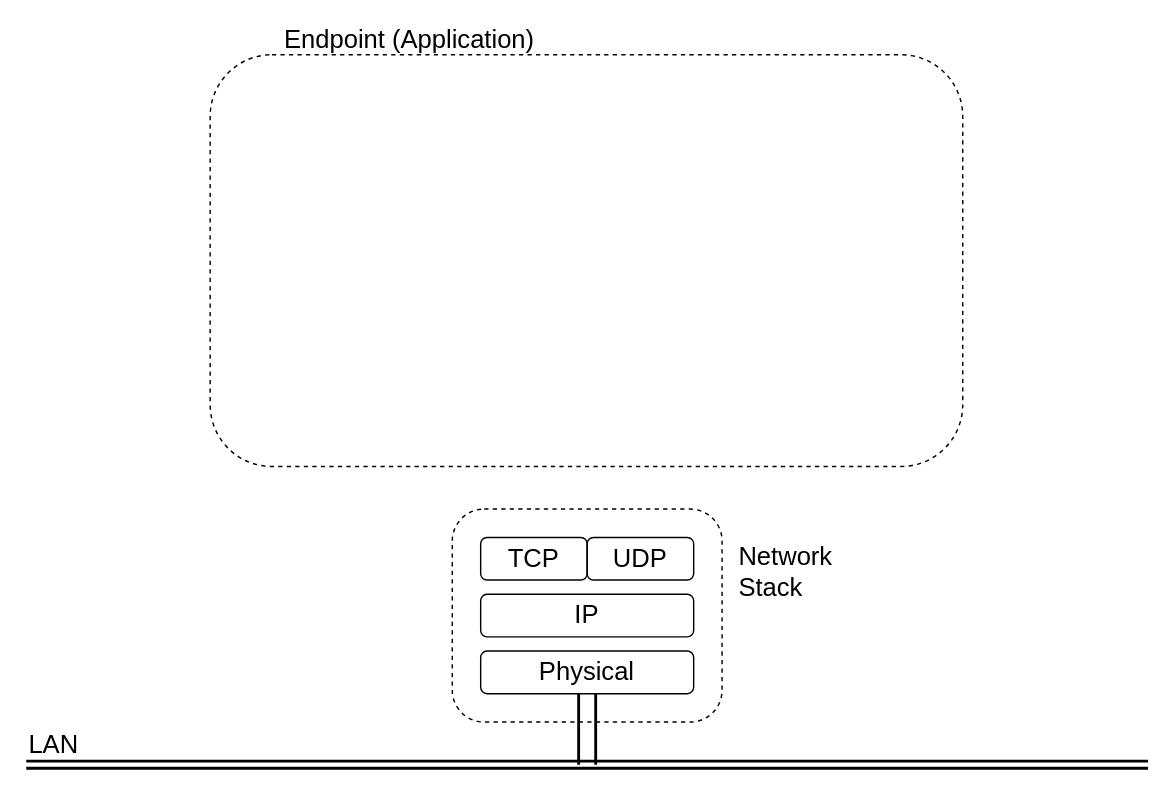
The draw.io diagram page "TCP-Server" (3 of 3) of docs/Endpoint-App-Diagrams.drawio in B3W/Endpoints, before the edit. Source tidied: cells renumbered, new cells numbered last; positions are measured from the earlier drawing's top-left corner, leaving out a move shared by most shapes. Both pictures are drawn from the tidied source at 142%, with x=0, y=0 at pixel (26, 26).
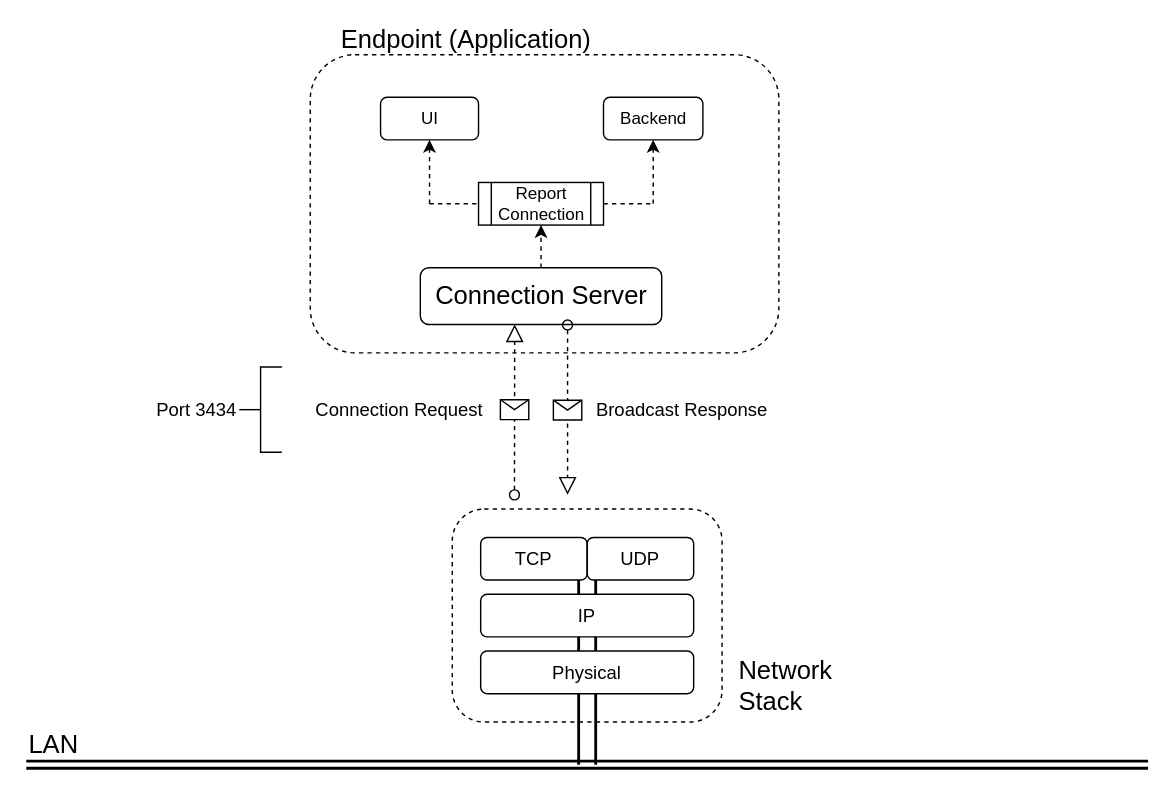
Above is the later version.

Commit message (it also covers changes not shown here):
Simplified connection protocol.

Change to the diagram source:
```diff
@@
-    <mxCell id="2" style="rounded=1;whiteSpace=wrap;html=1;strokeColor=#000000;fillColor=none;fontSize=18;fontColor=#000000;align=left;dashed=1;" parent="1" vertex="1">
-      <mxGeometry x="129.5" y="20" width="530" height="290" as="geometry" />
-    </mxCell>
@@
-    <mxCell id="7" value="Endpoint (Application)" style="text;html=1;strokeColor=none;fillColor=none;align=left;verticalAlign=middle;whiteSpace=wrap;rounded=0;fontSize=18;fontColor=#000000;" parent="1" vertex="1">
-      <mxGeometry x="180" width="190" height="20" as="geometry" />
-    </mxCell>
-    <mxCell id="8" value="&lt;div align=&quot;center&quot;&gt;Physical&lt;/div&gt;" style="rounded=1;whiteSpace=wrap;html=1;strokeColor=#000000;fillColor=none;fontSize=18;fontColor=#000000;align=center;" parent="1" vertex="1">
+    <mxCell id="8" value="&lt;div style=&quot;font-size: 13px;&quot; align=&quot;center&quot;&gt;Physical&lt;/div&gt;" style="rounded=1;whiteSpace=wrap;html=1;strokeColor=#000000;fillColor=none;fontSize=13;fontColor=#000000;align=center;" parent="1" vertex="1">
       <mxGeometry x="320" y="440" width="150" height="30" as="geometry" />
     </mxCell>
-    <mxCell id="9" value="IP" style="rounded=1;whiteSpace=wrap;html=1;strokeColor=#000000;fillColor=none;fontSize=18;fontColor=#000000;align=center;" parent="1" vertex="1">
+    <mxCell id="9" value="IP" style="rounded=1;whiteSpace=wrap;html=1;strokeColor=#000000;fillColor=none;fontSize=13;fontColor=#000000;align=center;" parent="1" vertex="1">
       <mxGeometry x="320" y="400" width="150" height="30" as="geometry" />
     </mxCell>
-    <mxCell id="10" value="TCP" style="rounded=1;whiteSpace=wrap;html=1;strokeColor=#000000;fillColor=none;fontSize=18;fontColor=#000000;align=center;" parent="1" vertex="1">
+    <mxCell id="10" value="TCP" style="rounded=1;whiteSpace=wrap;html=1;strokeColor=#000000;fillColor=none;fontSize=13;fontColor=#000000;align=center;" parent="1" vertex="1">
       <mxGeometry x="320" y="360" width="75" height="30" as="geometry" />
     </mxCell>
-    <mxCell id="11" value="UDP" style="rounded=1;whiteSpace=wrap;html=1;strokeColor=#000000;fillColor=none;fontSize=18;fontColor=#000000;align=center;" parent="1" vertex="1">
+    <mxCell id="11" value="UDP" style="rounded=1;whiteSpace=wrap;html=1;strokeColor=#000000;fillColor=none;fontSize=13;fontColor=#000000;align=center;" parent="1" vertex="1">
       <mxGeometry x="395" y="360" width="75" height="30" as="geometry" />
     </mxCell>
     <mxCell id="12" value="Network Stack" style="text;html=1;strokeColor=none;fillColor=none;align=left;verticalAlign=middle;whiteSpace=wrap;rounded=0;dashed=1;fontSize=18;fontColor=#000000;" parent="1" vertex="1">
-      <mxGeometry x="500" y="360" width="80" height="50" as="geometry" />
+      <mxGeometry x="500" y="440" width="80" height="50" as="geometry" />
     </mxCell>
+    <mxCell id="13" style="shape=link;html=1;strokeColor=#000000;strokeWidth=2;fontSize=16;fontColor=#000000;width=11;exitX=0.5;exitY=0;exitDx=0;exitDy=0;entryX=0.5;entryY=1;entryDx=0;entryDy=0;" parent="1" edge="1">
+      <mxGeometry relative="1" as="geometry">
+        <mxPoint x="395" y="400" as="sourcePoint" />
+        <mxPoint x="395" y="390" as="targetPoint" />
+      </mxGeometry>
+    </mxCell>
+    <mxCell id="14" style="shape=link;html=1;strokeColor=#000000;strokeWidth=2;fontSize=16;fontColor=#000000;width=11;exitX=0.5;exitY=0;exitDx=0;exitDy=0;entryX=0.5;entryY=1;entryDx=0;entryDy=0;" parent="1" edge="1">
+      <mxGeometry relative="1" as="geometry">
+        <mxPoint x="395" y="440" as="sourcePoint" />
+        <mxPoint x="395" y="430" as="targetPoint" />
+      </mxGeometry>
+    </mxCell>
+    <mxCell id="15" style="rounded=1;whiteSpace=wrap;html=1;strokeColor=#000000;fillColor=none;fontSize=18;fontColor=#000000;align=left;dashed=1;" parent="1" vertex="1">
+      <mxGeometry x="200" y="20" width="330" height="210" as="geometry" />
+    </mxCell>
+    <mxCell id="7" value="Endpoint (Application)" style="text;html=1;strokeColor=none;fillColor=none;align=left;verticalAlign=middle;whiteSpace=wrap;rounded=0;fontSize=18;fontColor=#000000;" parent="1" vertex="1">
+      <mxGeometry x="220" width="190" height="20" as="geometry" />
+    </mxCell>
+    <mxCell id="16" style="startArrow=oval;startFill=0;startSize=7;endArrow=block;endFill=0;endSize=10;dashed=1;html=1;exitX=0.25;exitY=0;exitDx=0;exitDy=0;entryX=0.391;entryY=0.998;entryDx=0;entryDy=0;entryPerimeter=0;" parent="1" edge="1" target="19">
+      <mxGeometry relative="1" as="geometry">
+        <mxPoint x="343.8" y="330" as="sourcePoint" />
+      </mxGeometry>
+    </mxCell>
+    <mxCell id="17" style="shape=message;html=1;" parent="16" vertex="1">
+      <mxGeometry width="20" height="14" relative="1" as="geometry">
+        <mxPoint x="-10" y="-7" as="offset" />
+      </mxGeometry>
+    </mxCell>
+    <mxCell id="18" value="Connection Request" style="text;html=1;strokeColor=none;fillColor=none;align=center;verticalAlign=middle;whiteSpace=wrap;rounded=0;fontSize=13;" parent="1" vertex="1">
+      <mxGeometry x="190" y="240" width="146" height="60" as="geometry" />
+    </mxCell>
+    <mxCell id="19" value="&lt;font style=&quot;font-size: 18px&quot;&gt;Connection Server&lt;/font&gt;" style="rounded=1;whiteSpace=wrap;html=1;" parent="1" vertex="1">
+      <mxGeometry x="277.5" y="170" width="170" height="40" as="geometry" />
+    </mxCell>
+    <mxCell id="20" style="startArrow=oval;startFill=0;startSize=7;endArrow=block;endFill=0;endSize=10;dashed=1;html=1;entryX=0.75;entryY=0;entryDx=0;entryDy=0;exitX=0.61;exitY=1.008;exitDx=0;exitDy=0;exitPerimeter=0;" parent="1" edge="1" source="19">
+      <mxGeometry relative="1" as="geometry">
+        <mxPoint x="381.2" y="330" as="targetPoint" />
+      </mxGeometry>
+    </mxCell>
+    <mxCell id="21" style="shape=message;html=1;" parent="20" vertex="1">
+      <mxGeometry width="20" height="14" relative="1" as="geometry">
+        <mxPoint x="-10" y="-7" as="offset" />
+      </mxGeometry>
+    </mxCell>
+    <mxCell id="22" style="html=1;shape=mxgraph.flowchart.annotation_2;align=left;labelPosition=right;direction=east;" parent="1" vertex="1">
+      <mxGeometry x="150" y="240" width="30" height="60" as="geometry" />
+    </mxCell>
+    <mxCell id="23" value="&lt;div style=&quot;font-size: 13px;&quot; align=&quot;left&quot;&gt;Port 3434&lt;br style=&quot;font-size: 13px;&quot;&gt;&lt;/div&gt;" style="text;html=1;strokeColor=none;fillColor=none;align=left;verticalAlign=middle;whiteSpace=wrap;rounded=0;fontSize=13;" parent="1" vertex="1">
+      <mxGeometry x="90" y="260" width="60" height="20" as="geometry" />
+    </mxCell>
+    <mxCell id="24" value="&lt;div style=&quot;font-size: 13px;&quot;&gt;Broadcast Response&lt;/div&gt;" style="text;html=1;strokeColor=none;fillColor=none;align=center;verticalAlign=middle;whiteSpace=wrap;rounded=0;fontSize=13;" parent="1" vertex="1">
+      <mxGeometry x="389" y="240" width="146" height="60" as="geometry" />
+    </mxCell>
+    <mxCell id="25" value="Report Connection" style="shape=process;whiteSpace=wrap;html=1;backgroundOutline=1;" parent="1" vertex="1">
+      <mxGeometry x="318.5" y="110" width="88" height="30" as="geometry" />
+    </mxCell>
+    <mxCell id="26" value="UI" style="rounded=1;whiteSpace=wrap;html=1;" parent="1" vertex="1">
+      <mxGeometry x="249.5" y="50" width="69" height="30" as="geometry" />
+    </mxCell>
+    <mxCell id="27" value="Backend" style="rounded=1;whiteSpace=wrap;html=1;" parent="1" vertex="1">
+      <mxGeometry x="406.5" y="50" width="70" height="30" as="geometry" />
+    </mxCell>
+    <mxCell id="28" style="endArrow=classic;html=1;exitX=0.5;exitY=0;exitDx=0;exitDy=0;entryX=0.5;entryY=1;entryDx=0;entryDy=0;dashed=1;" parent="1" edge="1" source="19" target="25">
+      <mxGeometry relative="1" as="geometry" />
+    </mxCell>
+    <mxCell id="29" style="endArrow=none;html=1;dashed=1;" parent="1" edge="1">
+      <mxGeometry relative="1" as="geometry">
+        <mxPoint x="406.5" y="125" as="sourcePoint" />
+        <mxPoint x="441.5" y="125" as="targetPoint" />
+      </mxGeometry>
+    </mxCell>
+    <mxCell id="30" style="endArrow=classic;html=1;dashed=1;" parent="1" edge="1">
+      <mxGeometry relative="1" as="geometry">
+        <mxPoint x="441.5" y="125" as="sourcePoint" />
+        <mxPoint x="441.5" y="80" as="targetPoint" />
+      </mxGeometry>
+    </mxCell>
+    <mxCell id="31" style="endArrow=none;html=1;dashed=1;" parent="1" edge="1">
+      <mxGeometry relative="1" as="geometry">
+        <mxPoint x="284" y="125" as="sourcePoint" />
+        <mxPoint x="319" y="125" as="targetPoint" />
+      </mxGeometry>
+    </mxCell>
+    <mxCell id="32" style="endArrow=classic;html=1;dashed=1;" parent="1" edge="1">
+      <mxGeometry relative="1" as="geometry">
+        <mxPoint x="284" y="125" as="sourcePoint" />
+        <mxPoint x="284" y="80" as="targetPoint" />
+      </mxGeometry>
+    </mxCell>
```
